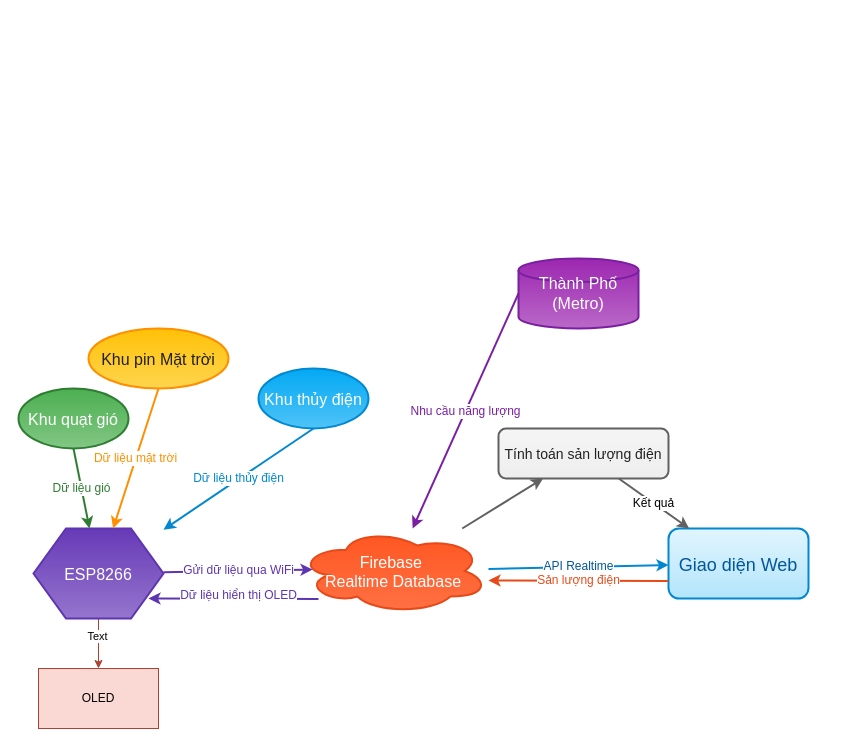
Earlier version of the draw.io diagram page "Page-3" (3 of 3) of docs/Untitled Diagram.drawio (NguyenLoc25/smart-urban). Source tidied: cells renumbered, new cells numbered last; positions are measured from the earlier drawing's top-left corner, leaving out a move shared by most shapes. Both pictures are drawn from the tidied source at 100%, with x=0, y=0 at pixel (18, 258).
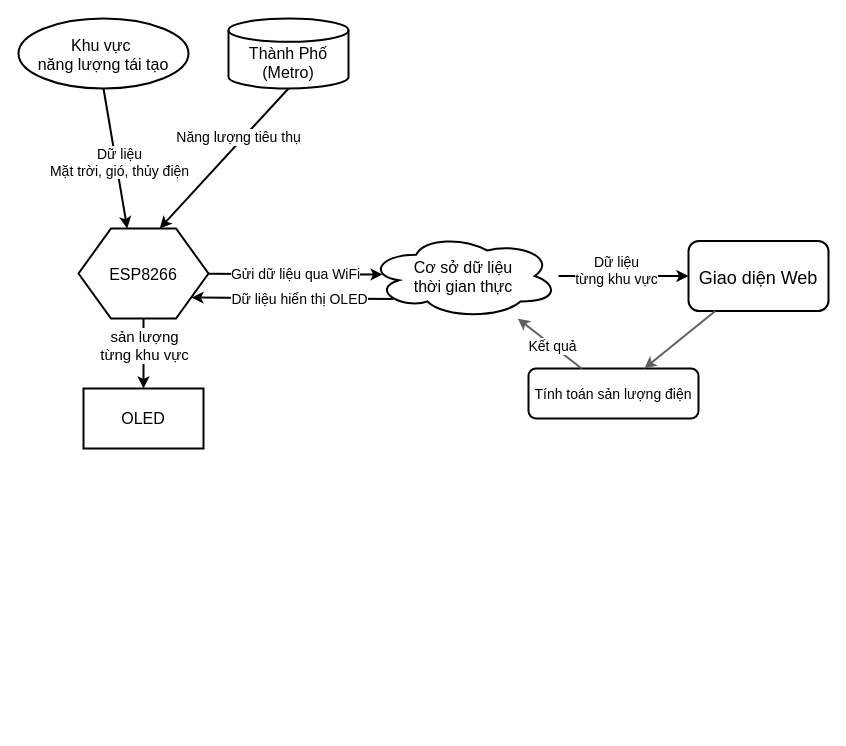
The same diagram, later.

The edit, as a diff of the source:
```diff
@@
-    <mxCell id="2" value="Khu quạt gió" style="shape=ellipse;fillColor=#4CAF50;strokeColor=#2E7D32;gradientColor=#81C784;fontColor=#FFFFFF;fontSize=16;strokeWidth=2;" parent="1" vertex="1">
-      <mxGeometry y="130" width="110" height="60" as="geometry" />
-    </mxCell>
-    <mxCell id="3" value="Khu pin Mặt trời" style="shape=ellipse;fillColor=#FFC107;strokeColor=#FF8F00;gradientColor=#FFD54F;fontColor=#212121;fontSize=16;strokeWidth=2;" parent="1" vertex="1">
-      <mxGeometry x="70" y="70" width="140" height="60" as="geometry" />
+    <mxCell id="3" value="Khu vực &#10;năng lượng tái tạo" style="shape=ellipse;fontSize=16;strokeWidth=2;" parent="1" vertex="1">
+      <mxGeometry y="-240" width="170" height="70" as="geometry" />
     </mxCell>
-    <mxCell id="4" value="Khu thủy điện" style="shape=ellipse;fillColor=#03A9F4;strokeColor=#0288D1;gradientColor=#4FC3F7;fontColor=#FFFFFF;fontSize=16;strokeWidth=2;" parent="1" vertex="1">
-      <mxGeometry x="240" y="110" width="110" height="60" as="geometry" />
-    </mxCell>
-    <mxCell id="5" style="edgeStyle=orthogonalEdgeStyle;rounded=0;jettySize=auto;html=1;fillColor=#fad9d5;strokeColor=#ae4132;" parent="1" edge="1" source="7" target="22">
-      <mxGeometry relative="1" as="geometry" />
-    </mxCell>
-    <mxCell id="6" value="Text" style="edgeLabel;html=1;align=center;verticalAlign=middle;" parent="5" vertex="1">
-      <mxGeometry x="-0.32" y="-2" relative="1" as="geometry" />
-    </mxCell>
-    <mxCell id="7" value="ESP8266" style="shape=hexagon;fillColor=#673AB7;strokeColor=#5E35B1;gradientColor=#9575CD;fontColor=#FFFFFF;fontSize=16;strokeWidth=2;" parent="1" vertex="1">
-      <mxGeometry x="15" y="270" width="130" height="90" as="geometry" />
+    <mxCell id="7" value="ESP8266" style="shape=hexagon;fontSize=16;strokeWidth=2;" parent="1" vertex="1">
+      <mxGeometry x="60" y="-30" width="130" height="90" as="geometry" />
     </mxCell>
-    <mxCell id="8" value="Firebase &#10;Realtime Database" style="shape=cloud;fillColor=#FF5722;strokeColor=#E64A19;gradientColor=#FF7043;fontColor=#FFFFFF;fontSize=16;strokeWidth=2;" parent="1" vertex="1">
-      <mxGeometry x="280" y="270" width="190" height="85" as="geometry" />
+    <mxCell id="8" value="Cơ sở dữ liệu&#10;thời gian thực" style="shape=cloud;fontSize=16;strokeWidth=2;" parent="1" vertex="1">
+      <mxGeometry x="350" y="-25" width="190" height="85" as="geometry" />
     </mxCell>
-    <mxCell id="9" value="Giao diện Web" style="shape=rectangle;rounded=1;fillColor=#E1F5FE;strokeColor=#0288D1;gradientColor=#B3E5FC;fontColor=#01579B;fontSize=18;strokeWidth=2;" parent="1" vertex="1">
-      <mxGeometry x="650" y="270" width="140" height="70" as="geometry" />
+    <mxCell id="9" value="Giao diện Web" style="shape=rectangle;rounded=1;fontSize=18;strokeWidth=2;" parent="1" vertex="1">
+      <mxGeometry x="670" y="-17.5" width="140" height="70" as="geometry" />
     </mxCell>
-    <mxCell id="10" value="Thành Phố (Metro)" style="strokeWidth=2;html=1;shape=mxgraph.flowchart.database;whiteSpace=wrap;fontSize=16;fillColor=#9C27B0;strokeColor=#7B1FA2;gradientColor=#BA68C8;fontColor=#FFFFFF;" parent="1" vertex="1">
-      <mxGeometry x="500" width="120" height="70" as="geometry" />
+    <mxCell id="10" value="&lt;div&gt;&lt;br&gt;&lt;/div&gt;Thành Phố (Metro)" style="strokeWidth=2;html=1;shape=mxgraph.flowchart.database;whiteSpace=wrap;fontSize=16;" parent="1" vertex="1">
+      <mxGeometry x="210" y="-240" width="120" height="70" as="geometry" />
     </mxCell>
-    <mxCell id="11" value="Dữ liệu gió" style="endArrow=classic;html=1;strokeWidth=2;strokeColor=#2E7D32;fontSize=12;fontColor=#2E7D32;exitX=0.5;exitY=1;" parent="1" edge="1" source="2" target="7">
-      <mxGeometry relative="1" as="geometry" />
-    </mxCell>
-    <mxCell id="12" value="Dữ liệu mặt trời" style="endArrow=classic;html=1;strokeWidth=2;strokeColor=#FF8F00;fontSize=12;fontColor=#FF8F00;exitX=0.5;exitY=1;" parent="1" edge="1" source="3" target="7">
-      <mxGeometry relative="1" as="geometry" />
+    <mxCell id="12" value="&lt;font style=&quot;color: rgb(0, 0, 0); font-size: 14px;&quot;&gt;Dữ liệu&lt;/font&gt;&lt;div&gt;&lt;font style=&quot;color: rgb(0, 0, 0); font-size: 14px;&quot;&gt;Mặt trời, gió, thủy điện&lt;/font&gt;&lt;/div&gt;" style="endArrow=classic;html=1;strokeWidth=2;fontSize=12;fontColor=#FF8F00;exitX=0.5;exitY=1;entryX=0.375;entryY=0;entryDx=0;entryDy=0;" parent="1" edge="1" source="3" target="7">
+      <mxGeometry x="0.07" y="3" relative="1" as="geometry" />
     </mxCell>
-    <mxCell id="13" value="Dữ liệu thủy điện" style="endArrow=classic;html=1;strokeWidth=2;strokeColor=#0288D1;fontSize=12;fontColor=#0288D1;exitX=0.5;exitY=1;" parent="1" edge="1" source="4" target="7">
-      <mxGeometry relative="1" as="geometry" />
-    </mxCell>
-    <mxCell id="14" value="Gửi dữ liệu qua WiFi" style="endArrow=classic;html=1;strokeWidth=2;strokeColor=#5E35B1;fontSize=12;fontColor=#5E35B1;dashed=0;entryX=0.074;entryY=0.482;entryDx=0;entryDy=0;entryPerimeter=0;" parent="1" edge="1" source="7" target="8">
+    <mxCell id="14" value="&lt;font style=&quot;color: rgb(0, 0, 0); font-size: 14px;&quot;&gt;Gửi dữ liệu qua WiFi&lt;/font&gt;" style="endArrow=classic;html=1;strokeWidth=2;fontSize=12;fontColor=#5E35B1;dashed=0;entryX=0.074;entryY=0.482;entryDx=0;entryDy=0;entryPerimeter=0;" parent="1" edge="1" source="7" target="8">
       <mxGeometry relative="1" as="geometry" />
     </mxCell>
-    <mxCell id="15" value="API Realtime" style="endArrow=classic;html=1;strokeWidth=2;strokeColor=#0288D1;fontSize=12;fontColor=#01579B;dashed=0;" parent="1" edge="1" source="8" target="9">
-      <mxGeometry relative="1" as="geometry" />
+    <mxCell id="15" value="&lt;font style=&quot;font-size: 14px; color: light-dark(rgb(0, 0, 0), rgb(237, 237, 237));&quot;&gt;Dữ liệu&lt;br&gt;từng khu vực&lt;/font&gt;" style="endArrow=classic;html=1;strokeWidth=2;fontSize=12;fontColor=#01579B;dashed=0;" parent="1" edge="1" source="8" target="9">
+      <mxGeometry x="-0.11" y="6" relative="1" as="geometry" />
     </mxCell>
-    <mxCell id="16" value="Sản lượng điện" style="endArrow=classic;html=1;strokeWidth=2;strokeColor=#E64A19;fontSize=12;fontColor=#E64A19;dashed=0;exitX=0;exitY=0.75;exitDx=0;exitDy=0;" parent="1" edge="1" source="9">
-      <mxGeometry relative="1" as="geometry">
-        <mxPoint x="470" y="322" as="targetPoint" />
-      </mxGeometry>
-    </mxCell>
-    <mxCell id="17" value="Dữ liệu hiển thị OLED" style="endArrow=classic;html=1;strokeWidth=2;strokeColor=#5E35B1;fontSize=12;fontColor=#5E35B1;dashed=0;" parent="1" edge="1">
-      <mxGeometry x="-0.06" y="-3" relative="1" as="geometry">
-        <mxPoint x="300" y="340.5" as="sourcePoint" />
-        <mxPoint x="130" y="340" as="targetPoint" />
-      </mxGeometry>
+    <mxCell id="17" value="&lt;font style=&quot;font-size: 14px; color: light-dark(rgb(0, 0, 0), rgb(237, 237, 237));&quot;&gt;Dữ liệu hiển thị OLED&lt;/font&gt;" style="endArrow=classic;html=1;strokeWidth=2;fontSize=12;fontColor=#5E35B1;dashed=0;exitX=0.13;exitY=0.77;exitDx=0;exitDy=0;exitPerimeter=0;entryX=0.869;entryY=0.767;entryDx=0;entryDy=0;entryPerimeter=0;" parent="1" edge="1" source="8" target="7">
+      <mxGeometry x="-0.07" y="1" relative="1" as="geometry" />
     </mxCell>
-    <mxCell id="18" value="Nhu cầu năng lượng" style="endArrow=classic;html=1;strokeWidth=2;strokeColor=#7B1FA2;fontSize=12;fontColor=#7B1FA2;exitX=0;exitY=0.5;exitDx=0;exitDy=0;exitPerimeter=0;" parent="1" edge="1" source="10" target="8">
-      <mxGeometry relative="1" as="geometry" />
+    <mxCell id="18" value="&lt;font style=&quot;color: rgb(0, 0, 0); font-size: 14px;&quot;&gt;Năng lượng tiêu thụ&lt;/font&gt;" style="endArrow=classic;html=1;strokeWidth=2;fontSize=12;fontColor=#7B1FA2;exitX=0.5;exitY=1;exitDx=0;exitDy=0;exitPerimeter=0;entryX=0.625;entryY=0;entryDx=0;entryDy=0;" parent="1" edge="1" source="10" target="7">
+      <mxGeometry x="-0.26" y="-3" relative="1" as="geometry" />
     </mxCell>
-    <mxCell id="19" value="Tính toán sản lượng điện" style="shape=rectangle;rounded=1;fillColor=#F5F5F5;strokeColor=#616161;gradientColor=#EEEEEE;fontColor=#212121;fontSize=14;strokeWidth=2;" parent="1" vertex="1">
-      <mxGeometry x="480" y="170" width="170" height="50" as="geometry" />
+    <mxCell id="19" value="Tính toán sản lượng điện" style="shape=rectangle;rounded=1;fontSize=14;strokeWidth=2;" parent="1" vertex="1">
+      <mxGeometry x="510" y="110" width="170" height="50" as="geometry" />
     </mxCell>
-    <mxCell id="20" style="endArrow=classic;html=1;strokeWidth=2;strokeColor=#616161;fontSize=12;dashed=0;" parent="1" edge="1" source="8" target="19">
+    <mxCell id="20" style="endArrow=classic;html=1;strokeWidth=2;strokeColor=#616161;fontSize=12;dashed=0;" parent="1" edge="1" source="19" target="8">
       <mxGeometry relative="1" as="geometry" />
     </mxCell>
+    <mxCell id="23" value="&lt;font style=&quot;font-size: 14px;&quot;&gt;Kết quả&lt;/font&gt;" style="edgeLabel;html=1;align=center;verticalAlign=middle;" parent="20" vertex="1">
+      <mxGeometry x="-0.08" relative="1" as="geometry" />
+    </mxCell>
-    <mxCell id="21" value="Kết quả" style="endArrow=classic;html=1;strokeWidth=2;strokeColor=#616161;fontSize=12;dashed=0;" parent="1" edge="1" source="19" target="9">
+    <mxCell id="21" style="endArrow=classic;html=1;strokeWidth=2;strokeColor=#616161;fontSize=12;dashed=0;" parent="1" edge="1" source="9" target="19">
       <mxGeometry relative="1" as="geometry" />
     </mxCell>
+    <mxCell id="5" style="edgeStyle=orthogonalEdgeStyle;rounded=0;jettySize=auto;html=1;strokeWidth=2;" parent="1" edge="1" source="7" target="22">
+      <mxGeometry relative="1" as="geometry" />
+    </mxCell>
+    <mxCell id="24" value="&lt;font style=&quot;font-size: 15px;&quot;&gt;sản lượng&lt;/font&gt;&lt;div&gt;&lt;font style=&quot;font-size: 15px;&quot;&gt;từng khu vực&lt;/font&gt;&lt;/div&gt;" style="edgeLabel;html=1;align=center;verticalAlign=middle;" parent="5" vertex="1">
+      <mxGeometry x="-0.27" relative="1" as="geometry" />
+    </mxCell>
-    <mxCell id="22" value="OLED" style="rounded=0;whiteSpace=wrap;html=1;fillColor=#fad9d5;strokeColor=#ae4132;" parent="1" vertex="1">
-      <mxGeometry x="20" y="410" width="120" height="60" as="geometry" />
+    <mxCell id="22" value="&lt;font style=&quot;font-size: 16px;&quot;&gt;OLED&lt;/font&gt;" style="rounded=0;whiteSpace=wrap;html=1;strokeWidth=2;" parent="1" vertex="1">
+      <mxGeometry x="65" y="130" width="120" height="60" as="geometry" />
     </mxCell>
```
